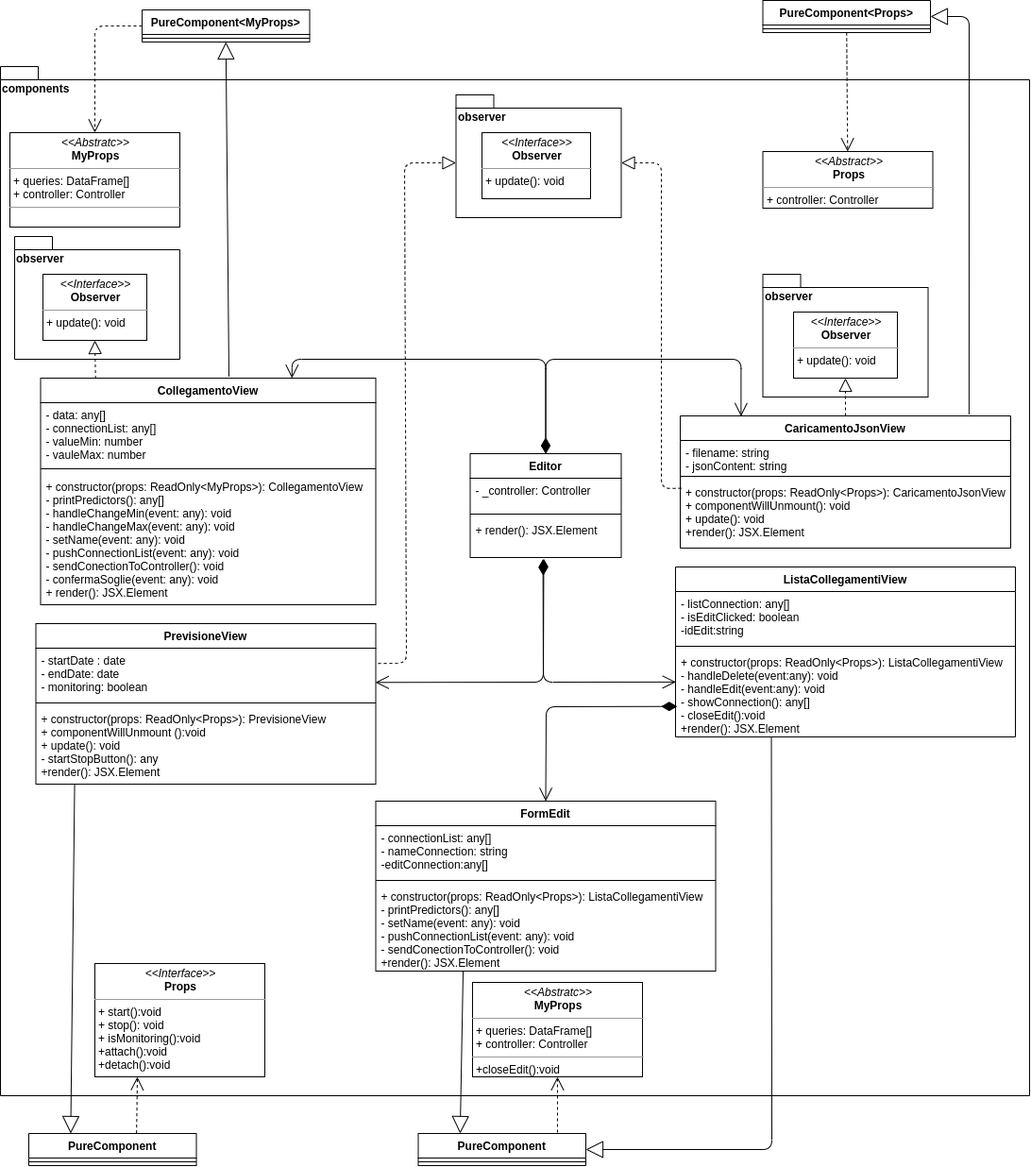
teamafkSWE/PredireInGrafana-docs keeps this draw.io diagram as Diagrams/Classes_diagrams/plugin_view.png. Above is the earlier version. Source tidied: cells renumbered, new cells last; positions are measured from the earlier drawing's top-left corner, leaving out a move shared by most shapes.
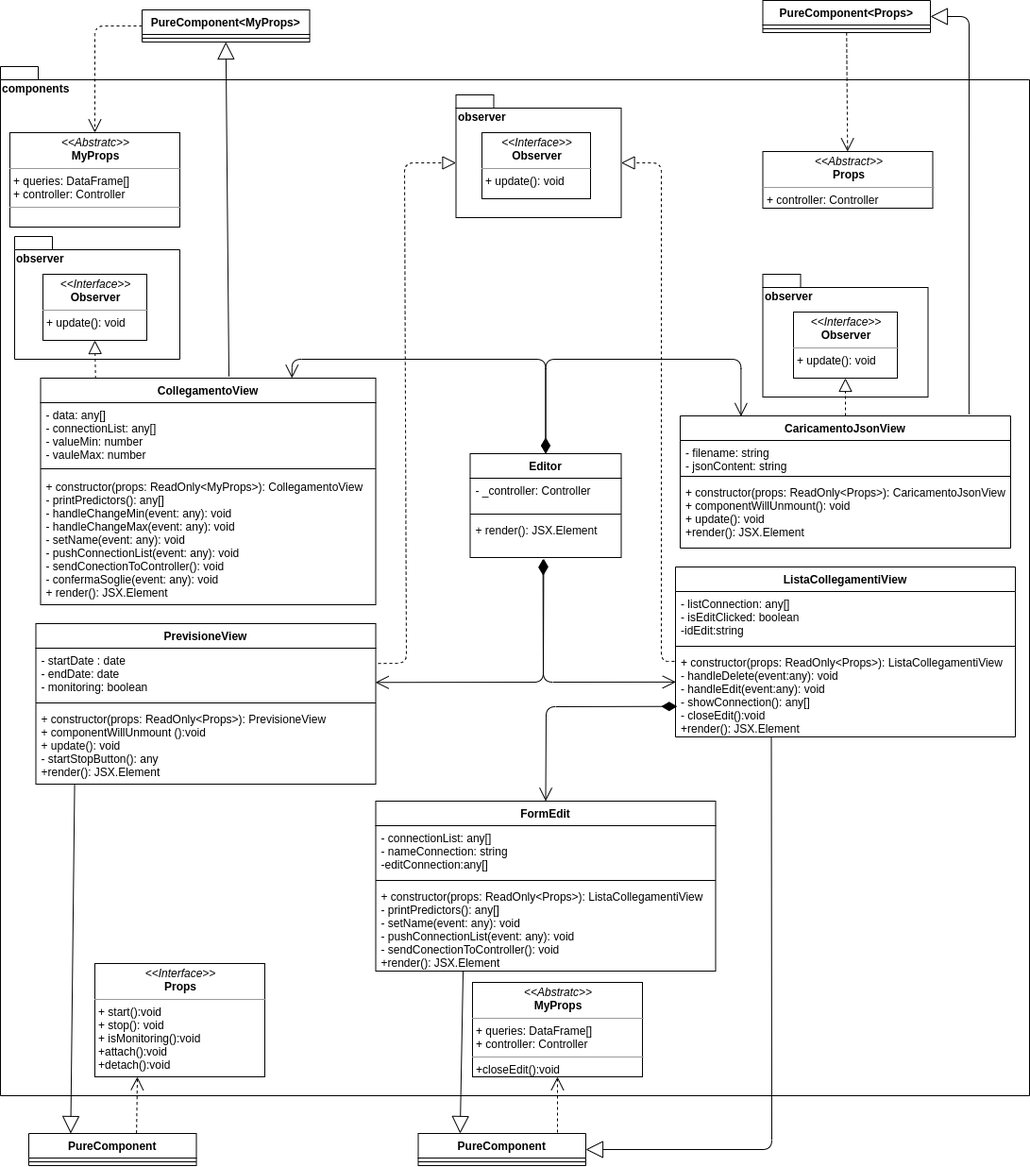
Later version of the same file.

The edit, as a diff of the source:
```diff
@@ -101,10 +101,10 @@
         </Array>
       </mxGeometry>
     </mxCell>
-    <mxCell id="23" style="endArrow=block;dashed=1;endFill=0;endSize=12;html=1;exitX=0.003;exitY=0.12;exitDx=0;exitDy=0;entryX=0;entryY=0;entryDx=175;entryDy=72;entryPerimeter=0;exitPerimeter=0;" parent="1" edge="1" source="31" target="17">
+    <mxCell id="23" style="endArrow=block;dashed=1;endFill=0;endSize=12;html=1;exitX=-0.003;exitY=0.13;exitDx=0;exitDy=0;entryX=0;entryY=0;entryDx=175;entryDy=72;entryPerimeter=0;exitPerimeter=0;" parent="1" edge="1" source="39" target="17">
       <mxGeometry relative="1" as="geometry">
         <Array as="points">
-          <mxPoint x="700" y="517" />
+          <mxPoint x="700" y="700" />
           <mxPoint x="700" y="172" />
         </Array>
       </mxGeometry>
```
